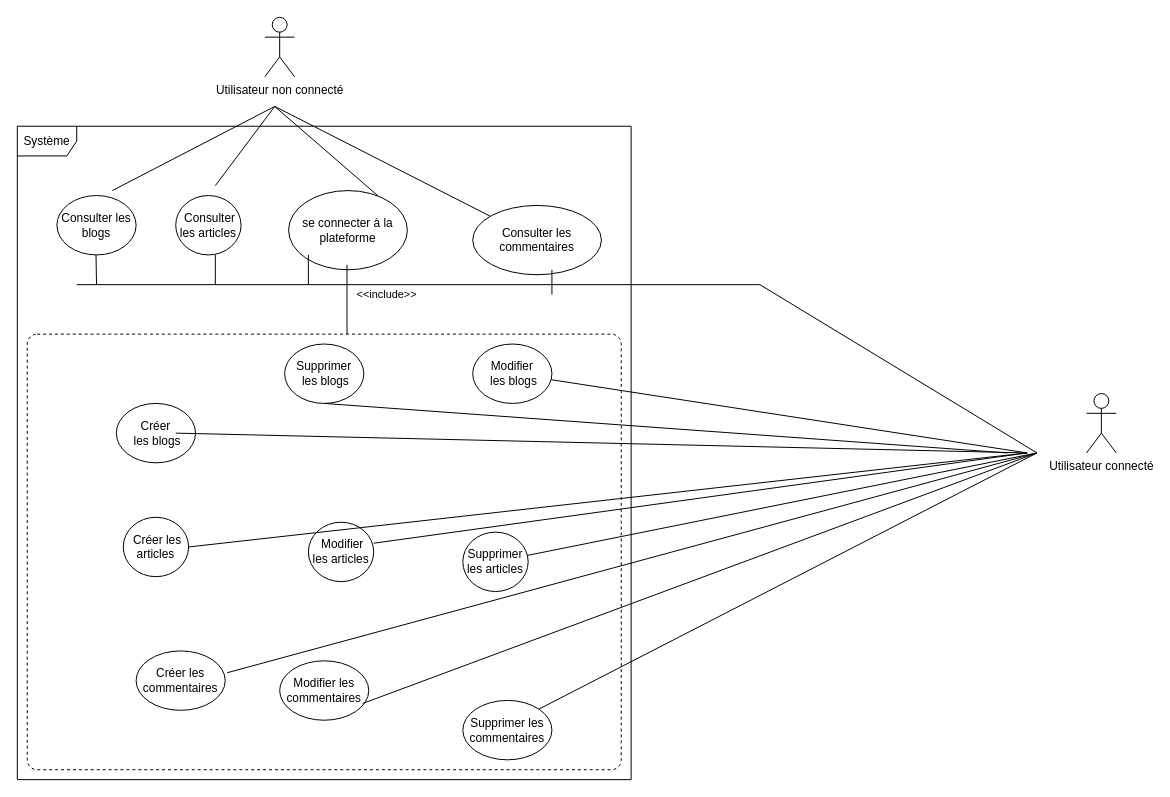
The draw.io diagram page "Page-3" (3 of 3) of Diagramme sans nom.drawio in Ali0908/BDD_UML, before the edit. Source tidied: cells renumbered, new cells numbered last; positions are measured from the earlier drawing's top-left corner, leaving out a move shared by most shapes. Both pictures are drawn from the tidied source at 99%, with x=0, y=0 at pixel (17, 17).
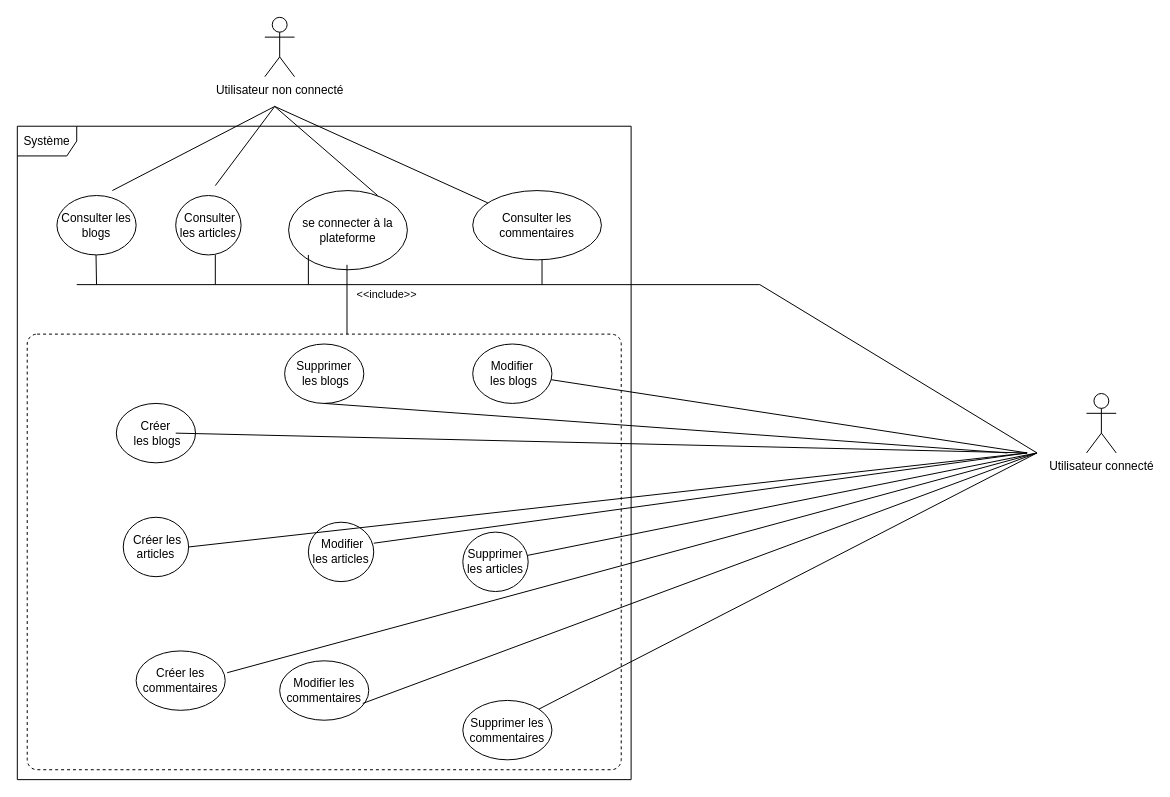
The same page after the edit.

Commit message:
Updatde des flèches.drawio

Change to the diagram source:
```diff
@@
     <mxCell id="6" value="Consulter les commentaires" style="ellipse;whiteSpace=wrap;html=1;" parent="1" vertex="1">
-      <mxGeometry x="460" y="190" width="130" height="70" as="geometry" />
+      <mxGeometry x="460" y="175" width="130" height="70" as="geometry" />
     </mxCell>
@@
-    <mxCell id="36" style="endArrow=none;html=1;rounded=0;" parent="1" edge="1">
-      <mxGeometry relative="1" as="geometry">
-        <mxPoint x="540" y="280" as="sourcePoint" />
-        <mxPoint x="540" y="255" as="targetPoint" />
-      </mxGeometry>
-    </mxCell>
@@
+    <mxCell id="39" style="endArrow=none;html=1;rounded=0;" parent="1" edge="1">
+      <mxGeometry relative="1" as="geometry">
+        <mxPoint x="530" y="270" as="sourcePoint" />
+        <mxPoint x="530" y="245" as="targetPoint" />
+      </mxGeometry>
+    </mxCell>
```
